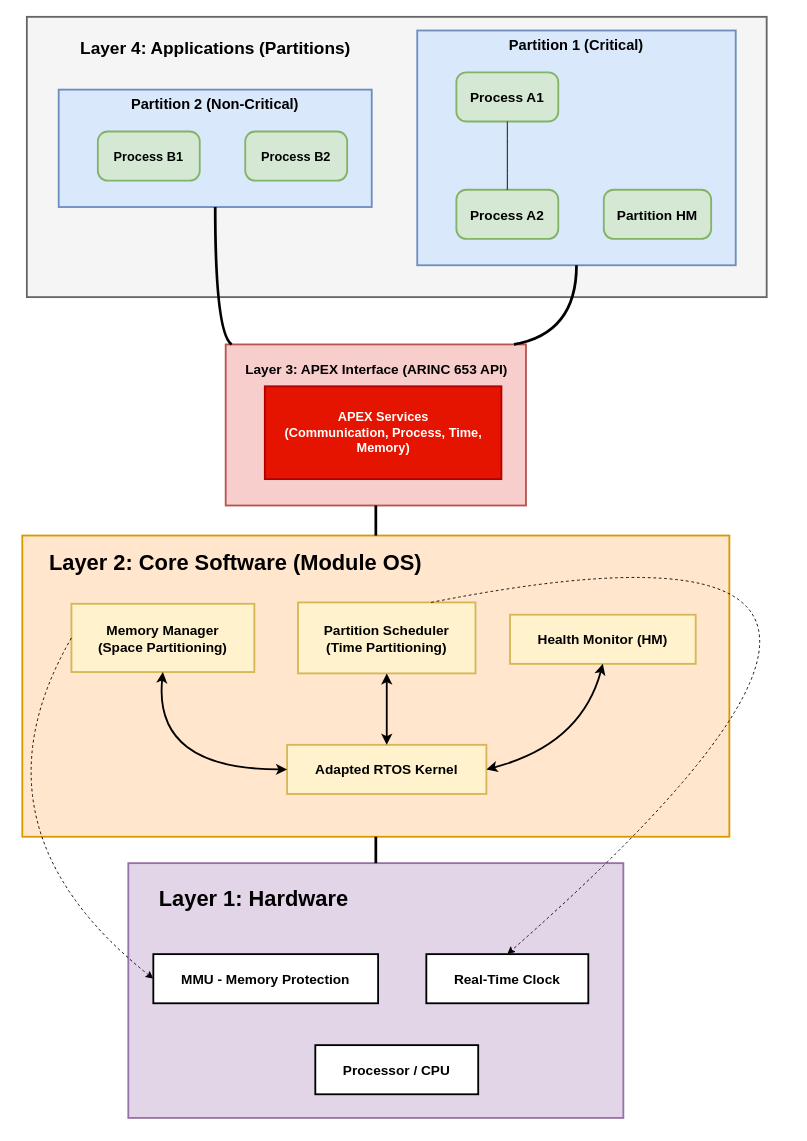
Above: schemes/arinc653_archi.drawio in bouleaulama30/ucx-os-ARINC653 (draw.io), before the change. Source tidied: cells renumbered, new cells numbered last; positions are measured from the earlier drawing's top-left corner, leaving out a move shared by most shapes. Both pictures are drawn from the tidied source at 91%, with x=0, y=0 at pixel (-38, 16).
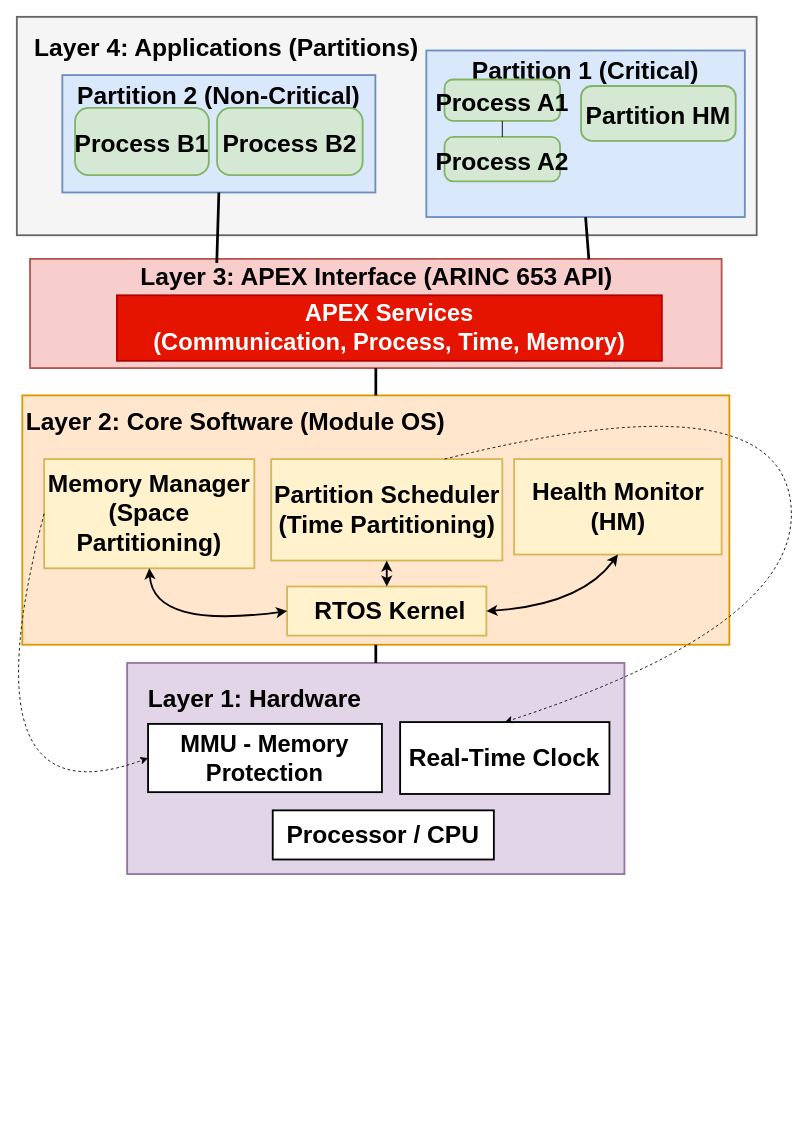
Above is the later version.

Diff of the diagram source:
```diff
@@
     <mxCell id="2" style="whiteSpace=wrap;strokeWidth=2;fillColor=#f5f5f5;fontColor=#333333;strokeColor=#666666;" parent="1" vertex="1">
-      <mxGeometry x="71" width="813" height="308" as="geometry" />
+      <mxGeometry x="60" width="813" height="240" as="geometry" />
     </mxCell>
-    <mxCell id="3" value="Partition 2 (Non-Critical)" style="whiteSpace=wrap;strokeWidth=2;verticalAlign=top;fontStyle=1;fontSize=16;fillColor=#dae8fc;strokeColor=#6c8ebf;" parent="1" vertex="1">
-      <mxGeometry x="106" y="80" width="344" height="129" as="geometry" />
+    <mxCell id="3" value="Partition 2 (Non-Critical)" style="whiteSpace=wrap;strokeWidth=2;verticalAlign=top;fontStyle=1;fontSize=27;fillColor=#dae8fc;strokeColor=#6c8ebf;" parent="1" vertex="1">
+      <mxGeometry x="110" y="64" width="344" height="129" as="geometry" />
     </mxCell>
-    <mxCell id="4" value="Process B1" style="rounded=1;arcSize=20;strokeWidth=2;fontStyle=1;fontSize=14;fillColor=#d5e8d4;strokeColor=#82b366;" parent="3" vertex="1">
-      <mxGeometry x="43" y="46" width="112" height="54" as="geometry" />
+    <mxCell id="4" value="Process B1" style="rounded=1;arcSize=20;strokeWidth=2;fontStyle=1;fontSize=27;fillColor=#d5e8d4;strokeColor=#82b366;" parent="3" vertex="1">
+      <mxGeometry x="14" y="36" width="147" height="74" as="geometry" />
     </mxCell>
-    <mxCell id="5" value="Process B2" style="rounded=1;arcSize=20;strokeWidth=2;fontStyle=1;fontSize=14;fillColor=#d5e8d4;strokeColor=#82b366;" parent="3" vertex="1">
-      <mxGeometry x="205" y="46" width="112" height="54" as="geometry" />
+    <mxCell id="5" value="Process B2" style="rounded=1;arcSize=20;strokeWidth=2;fontStyle=1;fontSize=27;fillColor=#d5e8d4;strokeColor=#82b366;" parent="3" vertex="1">
+      <mxGeometry x="170" y="36" width="160" height="74" as="geometry" />
     </mxCell>
-    <mxCell id="6" value="Partition 1 (Critical)" style="whiteSpace=wrap;strokeWidth=2;verticalAlign=top;fontStyle=1;fontSize=16;fillColor=#dae8fc;strokeColor=#6c8ebf;" parent="1" vertex="1">
-      <mxGeometry x="500" y="15" width="350" height="258" as="geometry" />
+    <mxCell id="6" value="Partition 1 (Critical)" style="whiteSpace=wrap;strokeWidth=2;verticalAlign=top;fontStyle=1;fontSize=27;fillColor=#dae8fc;strokeColor=#6c8ebf;" parent="1" vertex="1">
+      <mxGeometry x="510" y="37" width="350" height="183" as="geometry" />
     </mxCell>
-    <mxCell id="7" value="Process A1" style="rounded=1;arcSize=20;strokeWidth=2;fontStyle=1;fontSize=15;fillColor=#d5e8d4;strokeColor=#82b366;" parent="6" vertex="1">
-      <mxGeometry x="43" y="46" width="112" height="54" as="geometry" />
+    <mxCell id="7" value="Process A1" style="rounded=1;arcSize=20;strokeWidth=2;fontStyle=1;fontSize=27;fillColor=#d5e8d4;strokeColor=#82b366;" parent="6" vertex="1">
+      <mxGeometry x="20" y="31.9" width="127" height="45.4" as="geometry" />
     </mxCell>
-    <mxCell id="8" value="Process A2" style="rounded=1;arcSize=20;strokeWidth=2;fontStyle=1;fontSize=15;fillColor=#d5e8d4;strokeColor=#82b366;" parent="6" vertex="1">
-      <mxGeometry x="43" y="175" width="112" height="54" as="geometry" />
+    <mxCell id="8" value="Process A2" style="rounded=1;arcSize=20;strokeWidth=2;fontStyle=1;fontSize=27;fillColor=#d5e8d4;strokeColor=#82b366;" parent="6" vertex="1">
+      <mxGeometry x="20" y="95" width="127" height="48.9" as="geometry" />
     </mxCell>
-    <mxCell id="9" value="Partition HM" style="rounded=1;arcSize=20;strokeWidth=2;fontStyle=1;fontSize=15;fillColor=#d5e8d4;strokeColor=#82b366;" parent="6" vertex="1">
-      <mxGeometry x="205" y="175" width="118" height="54" as="geometry" />
+    <mxCell id="9" value="Partition HM" style="rounded=1;arcSize=20;strokeWidth=2;fontStyle=1;fontSize=27;fillColor=#d5e8d4;strokeColor=#82b366;" parent="6" vertex="1">
+      <mxGeometry x="170" y="39" width="170" height="60.3" as="geometry" />
     </mxCell>
-    <mxCell id="10" style="curved=1;startArrow=none;endArrow=none;exitX=0.5;exitY=0.99;entryX=0.5;entryY=-0.01;rounded=0;" parent="6" edge="1" source="7" target="8">
+    <mxCell id="10" style="curved=1;startArrow=none;endArrow=none;exitX=0.5;exitY=0.99;entryX=0.5;entryY=-0.01;rounded=0;fontSize=27;" parent="6" edge="1" source="7" target="8">
       <mxGeometry relative="1" as="geometry" />
     </mxCell>
     <mxCell id="11" style="whiteSpace=wrap;strokeWidth=2;verticalAlign=top;fillColor=#f8cecc;strokeColor=#b85450;" parent="1" vertex="1">
-      <mxGeometry x="289.5" y="360" width="330" height="177" as="geometry" />
+      <mxGeometry x="74.5" y="266" width="760" height="120" as="geometry" />
     </mxCell>
-    <mxCell id="12" value="APEX Services&#10;(Communication, Process, Time, Memory)" style="whiteSpace=wrap;strokeWidth=2;fontStyle=1;fontSize=14;fillColor=#e51400;fontColor=#ffffff;strokeColor=#B20000;" parent="11" vertex="1">
-      <mxGeometry x="43" y="46" width="260" height="102" as="geometry" />
+    <mxCell id="12" value="APEX Services&#10;(Communication, Process, Time, Memory)" style="whiteSpace=wrap;strokeWidth=2;fontStyle=1;fontSize=26;fillColor=#e51400;fontColor=#ffffff;strokeColor=#B20000;" parent="11" vertex="1">
+      <mxGeometry x="95.5" y="40" width="598.8" height="72" as="geometry" />
     </mxCell>
-    <mxCell id="13" value="&lt;font style=&quot;font-size: 15px;&quot;&gt;Layer 3: APEX Interface (ARINC 653 API)&lt;/font&gt;" style="text;strokeColor=none;fillColor=none;html=1;fontSize=24;fontStyle=1;verticalAlign=middle;align=center;" parent="11" vertex="1">
-      <mxGeometry x="115" y="10" width="100" height="30" as="geometry" />
+    <mxCell id="13" value="&lt;font&gt;Layer 3: APEX Interface (ARINC 653 API)&lt;/font&gt;" style="text;strokeColor=none;fillColor=none;html=1;fontSize=27;fontStyle=1;verticalAlign=middle;align=center;" parent="11" vertex="1">
+      <mxGeometry x="264.9" y="12" width="230.3" height="15.1" as="geometry" />
     </mxCell>
     <mxCell id="14" style="whiteSpace=wrap;strokeWidth=2;fillColor=#ffe6cc;strokeColor=#d79b00;" parent="1" vertex="1">
-      <mxGeometry x="66" y="570" width="777" height="331" as="geometry" />
+      <mxGeometry x="66" y="416" width="777" height="274" as="geometry" />
     </mxCell>
     <mxCell id="15" style="whiteSpace=wrap;strokeWidth=2;fillColor=#e1d5e7;strokeColor=#9673a6;" parent="1" vertex="1">
-      <mxGeometry x="182.5" y="930" width="544" height="280" as="geometry" />
+      <mxGeometry x="181.2" y="710" width="546.5" height="232" as="geometry" />
     </mxCell>
-    <mxCell id="16" value="Processor / CPU" style="whiteSpace=wrap;strokeWidth=2;fontStyle=1;fontSize=15;" parent="1" vertex="1">
-      <mxGeometry x="388" y="1130" width="179" height="54" as="geometry" />
+    <mxCell id="16" value="Processor / CPU" style="whiteSpace=wrap;strokeWidth=2;fontStyle=1;fontSize=27;" parent="1" vertex="1">
+      <mxGeometry x="341.2" y="872" width="243" height="54" as="geometry" />
     </mxCell>
-    <mxCell id="17" value="MMU - Memory Protection" style="whiteSpace=wrap;strokeWidth=2;fontStyle=1;fontSize=15;" parent="1" vertex="1">
-      <mxGeometry x="210" y="1030" width="247" height="54" as="geometry" />
+    <mxCell id="17" value="MMU - Memory Protection" style="whiteSpace=wrap;strokeWidth=2;fontStyle=1;fontSize=26;" parent="1" vertex="1">
+      <mxGeometry x="204.2" y="777" width="257" height="75" as="geometry" />
     </mxCell>
-    <mxCell id="18" value="Real-Time Clock" style="whiteSpace=wrap;strokeWidth=2;fontStyle=1;fontSize=15;" parent="1" vertex="1">
-      <mxGeometry x="510" y="1030" width="178" height="54" as="geometry" />
+    <mxCell id="18" value="Real-Time Clock" style="whiteSpace=wrap;strokeWidth=2;fontStyle=1;fontSize=27;" parent="1" vertex="1">
+      <mxGeometry x="481.2" y="775" width="230" height="79" as="geometry" />
     </mxCell>
-    <mxCell id="19" value="Adapted RTOS Kernel" style="whiteSpace=wrap;strokeWidth=2;fontStyle=1;fontSize=15;fillColor=#fff2cc;strokeColor=#d6b656;" parent="1" vertex="1">
-      <mxGeometry x="357" y="800" width="219" height="54" as="geometry" />
+    <mxCell id="19" value=" RTOS Kernel" style="whiteSpace=wrap;strokeWidth=2;fontStyle=1;fontSize=27;fillColor=#fff2cc;strokeColor=#d6b656;" parent="1" vertex="1">
+      <mxGeometry x="357" y="626" width="219" height="54" as="geometry" />
     </mxCell>
-    <mxCell id="20" value="Partition Scheduler&#10;(Time Partitioning)" style="whiteSpace=wrap;strokeWidth=2;fontStyle=1;fontSize=15;fillColor=#fff2cc;strokeColor=#d6b656;" parent="1" vertex="1">
-      <mxGeometry x="369" y="643.5" width="195" height="78" as="geometry" />
+    <mxCell id="20" value="Partition Scheduler&#10;(Time Partitioning)" style="whiteSpace=wrap;strokeWidth=2;fontStyle=1;fontSize=27;fillColor=#fff2cc;strokeColor=#d6b656;" parent="1" vertex="1">
+      <mxGeometry x="339.5" y="486" width="254" height="111.5" as="geometry" />
     </mxCell>
-    <mxCell id="21" value="Memory Manager&#10;(Space Partitioning)" style="whiteSpace=wrap;strokeWidth=2;points=[[0,0,0,0,0],[0,0.25,0,0,0],[0,0.5,0,0,0],[0,0.75,0,0,0],[0,1,0,0,0],[0.25,0,0,0,0],[0.25,1,0,0,0],[0.5,0,0,0,0],[0.5,1,0,0,0],[0.75,0,0,0,0],[0.75,1,0,0,0],[1,0,0,0,0],[1,0.25,0,0,0],[1,0.5,0,0,0],[1,0.75,0,0,0],[1,1,0,0,0]];fontStyle=1;fontSize=15;fillColor=#fff2cc;strokeColor=#d6b656;" parent="1" vertex="1">
-      <mxGeometry x="120" y="645" width="201" height="75" as="geometry" />
+    <mxCell id="21" value="Memory Manager&#10;(Space Partitioning)" style="whiteSpace=wrap;strokeWidth=2;points=[[0,0,0,0,0],[0,0.25,0,0,0],[0,0.5,0,0,0],[0,0.75,0,0,0],[0,1,0,0,0],[0.25,0,0,0,0],[0.25,1,0,0,0],[0.5,0,0,0,0],[0.5,1,0,0,0],[0.75,0,0,0,0],[0.75,1,0,0,0],[1,0,0,0,0],[1,0.25,0,0,0],[1,0.5,0,0,0],[1,0.75,0,0,0],[1,1,0,0,0]];fontStyle=1;fontSize=27;fillColor=#fff2cc;strokeColor=#d6b656;" parent="1" vertex="1">
+      <mxGeometry x="90" y="486" width="231" height="120" as="geometry" />
     </mxCell>
-    <mxCell id="22" value="Health Monitor (HM)" style="whiteSpace=wrap;strokeWidth=2;fontStyle=1;fontSize=15;fillColor=#fff2cc;strokeColor=#d6b656;" parent="1" vertex="1">
-      <mxGeometry x="602" y="657" width="204" height="54" as="geometry" />
+    <mxCell id="22" value="Health Monitor (HM)" style="whiteSpace=wrap;strokeWidth=2;fontStyle=1;fontSize=27;fillColor=#fff2cc;strokeColor=#d6b656;" parent="1" vertex="1">
+      <mxGeometry x="606.5" y="486" width="228" height="104.9" as="geometry" />
     </mxCell>
@@
-    <mxCell id="25" style="curved=1;startArrow=none;endArrow=none;strokeWidth=3;exitX=0.96;exitY=0;entryX=0.5;entryY=1;rounded=0;" parent="1" edge="1" source="11" target="6">
-      <mxGeometry relative="1" as="geometry">
-        <Array as="points">
-          <mxPoint x="675" y="348" />
-        </Array>
-      </mxGeometry>
+    <mxCell id="25" style="curved=0;startArrow=none;endArrow=none;strokeWidth=3;exitX=0.808;exitY=0.004;entryX=0.5;entryY=1;rounded=0;exitDx=0;exitDy=0;exitPerimeter=0;" parent="1" edge="1" source="11" target="6">
+      <mxGeometry relative="1" as="geometry" />
     </mxCell>
-    <mxCell id="26" style="curved=1;startArrow=none;endArrow=none;strokeWidth=3;exitX=0.02;exitY=0;entryX=0.5;entryY=1;rounded=0;" parent="1" edge="1" source="11" target="3">
-      <mxGeometry relative="1" as="geometry">
-        <Array as="points">
-          <mxPoint x="278" y="348" />
-        </Array>
-      </mxGeometry>
-    </mxCell>
-    <mxCell id="27" style="edgeStyle=orthogonalEdgeStyle;rounded=0;orthogonalLoop=1;jettySize=auto;html=1;exitX=0.5;exitY=1;exitDx=0;exitDy=0;" parent="1" edge="1" source="15" target="15">
-      <mxGeometry relative="1" as="geometry" />
-    </mxCell>
-    <mxCell id="28" style="edgeStyle=orthogonalEdgeStyle;rounded=0;orthogonalLoop=1;jettySize=auto;html=1;exitX=0.5;exitY=1;exitDx=0;exitDy=0;" parent="1" edge="1" source="15" target="15">
-      <mxGeometry relative="1" as="geometry" />
-    </mxCell>
-    <mxCell id="29" value="Layer 4: Applications (Partitions)" style="text;strokeColor=none;fillColor=none;html=1;fontSize=19;fontStyle=1;verticalAlign=middle;align=center;" parent="1" vertex="1">
-      <mxGeometry x="228" y="15" width="100" height="40" as="geometry" />
+    <mxCell id="29" value="Layer 4: Applications (Partitions)" style="text;strokeColor=none;fillColor=none;html=1;fontSize=27;fontStyle=1;verticalAlign=middle;align=center;" parent="1" vertex="1">
+      <mxGeometry x="240" y="15" width="100" height="40" as="geometry" />
     </mxCell>
-    <mxCell id="30" value="Layer 2: Core Software (Module OS)" style="text;strokeColor=none;fillColor=none;html=1;fontSize=24;fontStyle=1;verticalAlign=middle;align=center;" parent="1" vertex="1">
-      <mxGeometry x="250" y="580" width="100" height="40" as="geometry" />
+    <mxCell id="30" value="Layer 2: Core Software (Module OS)" style="text;strokeColor=none;fillColor=none;html=1;fontSize=27;fontStyle=1;verticalAlign=middle;align=center;" parent="1" vertex="1">
+      <mxGeometry x="250" y="426" width="100" height="40" as="geometry" />
     </mxCell>
-    <mxCell id="31" value="Layer 1: Hardware" style="text;strokeColor=none;fillColor=none;html=1;fontSize=24;fontStyle=1;verticalAlign=middle;align=center;" parent="1" vertex="1">
-      <mxGeometry x="270" y="950" width="100" height="40" as="geometry" />
+    <mxCell id="31" value="Layer 1: Hardware" style="text;strokeColor=none;fillColor=none;html=1;fontSize=27;fontStyle=1;verticalAlign=middle;align=center;" parent="1" vertex="1">
+      <mxGeometry x="271.2" y="730" width="100" height="40" as="geometry" />
     </mxCell>
     <mxCell id="32" style="endArrow=classic;startArrow=classic;html=1;rounded=0;exitX=0.5;exitY=1;exitDx=0;exitDy=0;exitPerimeter=0;entryX=0;entryY=0.5;entryDx=0;entryDy=0;curved=1;strokeWidth=2;" parent="1" edge="1" source="21" target="19">
       <mxGeometry relative="1" as="geometry">
         <Array as="points">
-          <mxPoint x="210" y="827" />
+          <mxPoint x="210" y="673" />
         </Array>
       </mxGeometry>
     </mxCell>
     <mxCell id="33" style="endArrow=classic;startArrow=classic;html=1;rounded=0;exitX=1;exitY=0.5;exitDx=0;exitDy=0;entryX=0.5;entryY=1;entryDx=0;entryDy=0;curved=1;strokeWidth=2;" parent="1" edge="1" source="19" target="22">
       <mxGeometry relative="1" as="geometry">
         <Array as="points">
-          <mxPoint x="680" y="800" />
+          <mxPoint x="680" y="646" />
         </Array>
       </mxGeometry>
     </mxCell>
@@
     <mxCell id="36" style="endArrow=classic;html=1;rounded=0;exitX=0.75;exitY=0;exitDx=0;exitDy=0;entryX=0.5;entryY=0;entryDx=0;entryDy=0;curved=1;dashed=1;" parent="1" edge="1" source="20" target="18">
       <mxGeometry relative="1" as="geometry">
         <Array as="points">
-          <mxPoint x="1190" y="510" />
+          <mxPoint x="890" y="396" />
+          <mxPoint x="930" y="666" />
         </Array>
       </mxGeometry>
     </mxCell>
+    <mxCell id="26" style="curved=0;startArrow=none;endArrow=none;strokeWidth=3;entryX=0.5;entryY=1;rounded=0;entryDx=0;entryDy=0;exitX=0.27;exitY=0.037;exitDx=0;exitDy=0;exitPerimeter=0;" parent="1" edge="1" source="11" target="3">
+      <mxGeometry relative="1" as="geometry" />
+    </mxCell>
```
